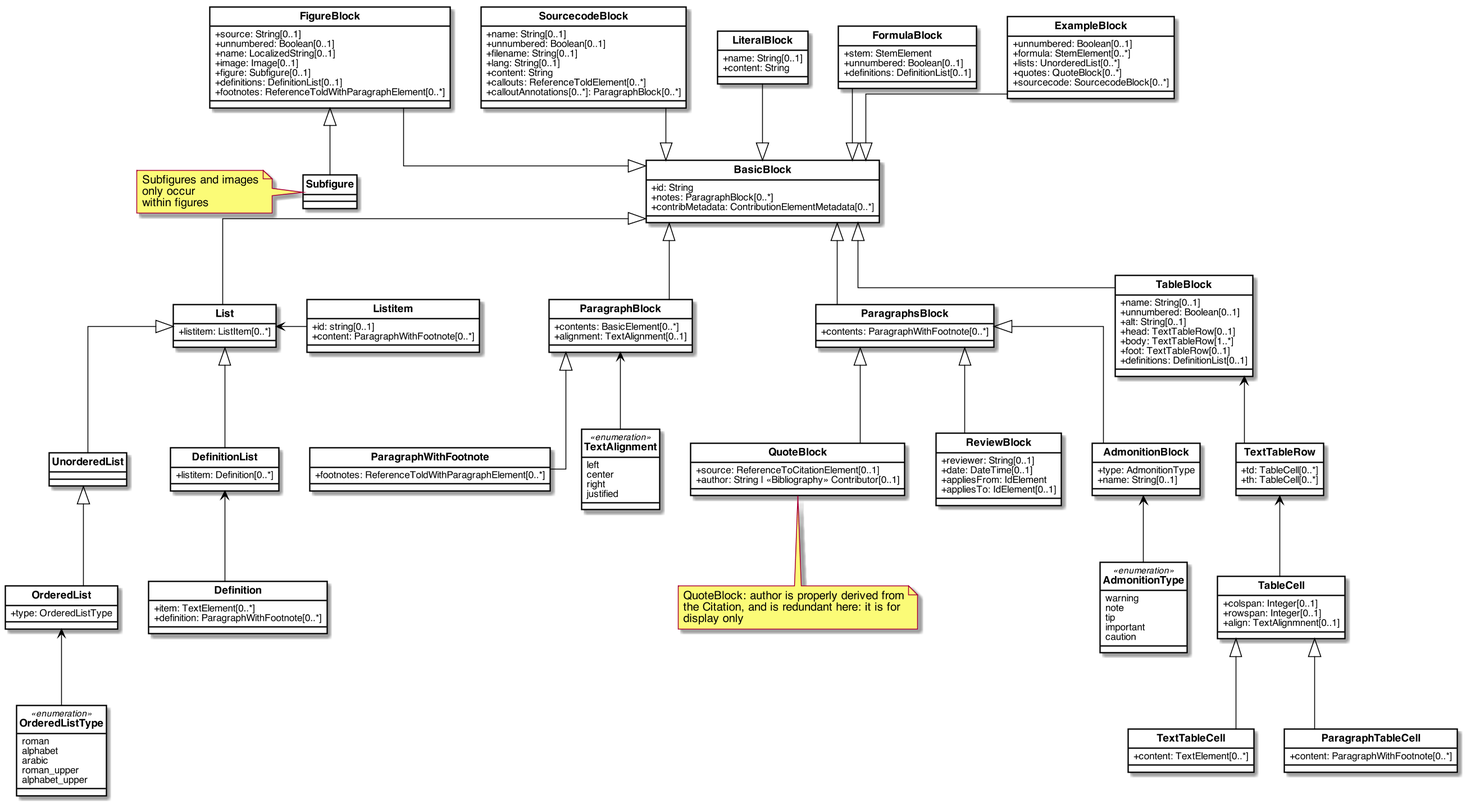
The PlantUML diagram images/Blocks.png in metanorma/basicdoc-models, before a commit. Source of this version:
```plantuml
@startuml Blocks


skinparam Dpi 150
skinparam Monochrome false
skinparam LineType ortho
hide circle
skinparam Default {
  TextAlignment center
  FontName Helvetica
}
skinparam Class {
  AttributeIconSize 0
  BackgroundColor White
  ArrowColor Black
  BorderColor Black
  FontStyle bold
  StereotypeFontSize 10
}
skinparam Rectangle {
  BackgroundColor White
  ArrowColor Black
  BorderColor Black
  FontStyle bold
  FontSize 11
  StereotypeFontSize 10
}
skinparam Object {
  BackgroundColor White
  ArrowColor Black
  BorderColor Black
  FontStyle bold
  FontSize 11
  StereotypeFontSize 10
}

skinparam Entity {
  StereotypeFontSize 10
}




class BasicBlock {
    +id: String
    +notes: ParagraphBlock[0..*]
    +contribMetadata: ContributionElementMetadata[0..*]
}

class FigureBlock{
    +source: String[0..1]
    +unnumbered: Boolean[0..1]
    +name: LocalizedString[0..1]
    +image: Image[0..1]
    +figure: Subfigure[0..1]
    +definitions: DefinitionList[0..1]
    +footnotes: ReferenceToldWithParagraphElement[0..*]
}

class Subfigure{

}

class SourcecodeBlock{
    +name: String[0..1]
    +unnumbered: Boolean[0..1]
    +filename: String[0..1]
    +lang: String[0..1]
    +content: String
    +callouts: ReferenceToldElement[0..*]
    +calloutAnnotations[0..*]: ParagraphBlock[0..*]
}

class LiteralBlock{
    +name: String[0..1]
    +content: String
}

class FormulaBlock{
    +stem: StemElement
    +unnumbered: Boolean[0..1]
    +definitions: DefinitionList[0..1]
}

class ExampleBlock{
    +unnumbered: Boolean[0..1]
    +formula: StemElement[0..*]
    +lists: UnorderedList[0..*]
    +quotes: QuoteBlock[0..*]
    +sourcecode: SourcecodeBlock[0..*]
}

class ParagraphBlock{
    +contents: BasicElement[0..*]
    +alignment: TextAlignment[0..1]
}

class ParagraphsBlock{
    +contents: ParagraphWithFootnote[0..*]
}

class ParagraphWithFootnote{
    +footnotes: ReferenceToldWithParagraphElement[0..*]
}

class QuoteBlock{
    +source: ReferenceToCitationElement[0..1]
    +author: String | <<Bibliography>> Contributor[0..1]
}

class TableBlock{
    +name: String[0..1]
    +unnumbered: Boolean[0..1]
    +alt: String[0..1]
    +head: TextTableRow[0..1]
    +body: TextTableRow[1..*]
    +foot: TextTableRow[0..1]
    +definitions: DefinitionList[0..1]
}

class ReviewBlock{
    +reviewer: String[0..1]
    +date: DateTime[0..1]
    +appliesFrom: IdElement
    +appliesTo: IdElement[0..1]
}

class AdmonitionBlock{
    +type: AdmonitionType
    +name: String[0..1]
}

class TextTableRow{
    +td: TableCell[0..*]
    +th: TableCell[0..*]
}

class TableCell{
    +colspan: Integer[0..1]
    +rowspan: Integer[0..1]
    +align: TextAlignmnent[0..1]
}

class TextTableCell{
    +content: TextElement[0..*]
}

class ParagraphTableCell{
    +content: ParagraphWithFootnote[0..*]
}

class List{
    +listitem: ListItem[0..*]
}

class Listitem{
    +id: string[0..1]
    +content: ParagraphWithFootnote[0..*]
}

class UnorderedList{

}

class OrderedList{
    +type: OrderedListType
}

class DefinitionList{
    +listitem: Definition[0..*]
}

class Definition{
    +item: TextElement[0..*]
    +definition: ParagraphWithFootnote[0..*]
}

enum TextAlignment <<enumeration>>{
    left
    center
    right
    justified
}

enum AdmonitionType <<enumeration>>{
    warning
    note
    tip
    important
    caution
}

enum OrderedListType <<enumeration>>{
    roman
    alphabet
    arabic
    roman_upper
    alphabet_upper
}


note bottom of QuoteBlock : QuoteBlock: author is properly derived from\nthe Citation, and is redundant here: it is for\ndisplay only
note left of Subfigure : Subfigures and images\nonly occur\nwithin figures

FigureBlock --|> BasicBlock
LiteralBlock --|> BasicBlock
SourcecodeBlock --|> BasicBlock
FormulaBlock --|> BasicBlock
ExampleBlock --|> BasicBlock

FigureBlock <|-- Subfigure

BasicBlock <|-- List
BasicBlock <|-- ParagraphBlock
BasicBlock <|-- TableBlock
BasicBlock <|-- ParagraphsBlock

List <-left- Listitem
List <|-- UnorderedList
List <|-- DefinitionList

DefinitionList <-- Definition

UnorderedList <|-- OrderedList

OrderedList <-- OrderedListType

ParagraphBlock <|-- ParagraphWithFootnote
ParagraphBlock <-- TextAlignment

ParagraphsBlock <|-- QuoteBlock
ParagraphsBlock <|-- ReviewBlock
ParagraphsBlock <|-- AdmonitionBlock

AdmonitionBlock <-- AdmonitionType

TableBlock <-- TextTableRow
TextTableRow <-- TableCell
TableCell <|-- TextTableCell
TableCell <|-- ParagraphTableCell

@enduml
```
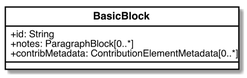
The same file after the commit.

Diff of the diagram source:
```diff
@@ -47,196 +47,6 @@
     +contribMetadata: ContributionElementMetadata[0..*]
 }
 
-class FigureBlock{
-    +source: String[0..1]
-    +unnumbered: Boolean[0..1]
-    +name: LocalizedString[0..1]
-    +image: Image[0..1]
-    +figure: Subfigure[0..1]
-    +definitions: DefinitionList[0..1]
-    +footnotes: ReferenceToldWithParagraphElement[0..*]
-}
-
-class Subfigure{
-
-}
-
-class SourcecodeBlock{
-    +name: String[0..1]
-    +unnumbered: Boolean[0..1]
-    +filename: String[0..1]
-    +lang: String[0..1]
-    +content: String
-    +callouts: ReferenceToldElement[0..*]
-    +calloutAnnotations[0..*]: ParagraphBlock[0..*]
-}
-
-class LiteralBlock{
-    +name: String[0..1]
-    +content: String
-}
-
-class FormulaBlock{
-    +stem: StemElement
-    +unnumbered: Boolean[0..1]
-    +definitions: DefinitionList[0..1]
-}
-
-class ExampleBlock{
-    +unnumbered: Boolean[0..1]
-    +formula: StemElement[0..*]
-    +lists: UnorderedList[0..*]
-    +quotes: QuoteBlock[0..*]
-    +sourcecode: SourcecodeBlock[0..*]
-}
-
-class ParagraphBlock{
-    +contents: BasicElement[0..*]
-    +alignment: TextAlignment[0..1]
-}
-
-class ParagraphsBlock{
-    +contents: ParagraphWithFootnote[0..*]
-}
-
-class ParagraphWithFootnote{
-    +footnotes: ReferenceToldWithParagraphElement[0..*]
-}
-
-class QuoteBlock{
-    +source: ReferenceToCitationElement[0..1]
-    +author: String | <<Bibliography>> Contributor[0..1]
-}
-
-class TableBlock{
-    +name: String[0..1]
-    +unnumbered: Boolean[0..1]
-    +alt: String[0..1]
-    +head: TextTableRow[0..1]
-    +body: TextTableRow[1..*]
-    +foot: TextTableRow[0..1]
-    +definitions: DefinitionList[0..1]
-}
-
-class ReviewBlock{
-    +reviewer: String[0..1]
-    +date: DateTime[0..1]
-    +appliesFrom: IdElement
-    +appliesTo: IdElement[0..1]
-}
-
-class AdmonitionBlock{
-    +type: AdmonitionType
-    +name: String[0..1]
-}
-
-class TextTableRow{
-    +td: TableCell[0..*]
-    +th: TableCell[0..*]
-}
-
-class TableCell{
-    +colspan: Integer[0..1]
-    +rowspan: Integer[0..1]
-    +align: TextAlignmnent[0..1]
-}
-
-class TextTableCell{
-    +content: TextElement[0..*]
-}
-
-class ParagraphTableCell{
-    +content: ParagraphWithFootnote[0..*]
-}
-
-class List{
-    +listitem: ListItem[0..*]
-}
-
-class Listitem{
-    +id: string[0..1]
-    +content: ParagraphWithFootnote[0..*]
-}
-
-class UnorderedList{
-
-}
-
-class OrderedList{
-    +type: OrderedListType
-}
-
-class DefinitionList{
-    +listitem: Definition[0..*]
-}
-
-class Definition{
-    +item: TextElement[0..*]
-    +definition: ParagraphWithFootnote[0..*]
-}
-
-enum TextAlignment <<enumeration>>{
-    left
-    center
-    right
-    justified
-}
-
-enum AdmonitionType <<enumeration>>{
-    warning
-    note
-    tip
-    important
-    caution
-}
-
-enum OrderedListType <<enumeration>>{
-    roman
-    alphabet
-    arabic
-    roman_upper
-    alphabet_upper
-}
 
 
-note bottom of QuoteBlock : QuoteBlock: author is properly derived from\nthe Citation, and is redundant here: it is for\ndisplay only
-note left of Subfigure : Subfigures and images\nonly occur\nwithin figures
-
-FigureBlock --|> BasicBlock
-LiteralBlock --|> BasicBlock
-SourcecodeBlock --|> BasicBlock
-FormulaBlock --|> BasicBlock
-ExampleBlock --|> BasicBlock
-
-FigureBlock <|-- Subfigure
-
-BasicBlock <|-- List
-BasicBlock <|-- ParagraphBlock
-BasicBlock <|-- TableBlock
-BasicBlock <|-- ParagraphsBlock
-
-List <-left- Listitem
-List <|-- UnorderedList
-List <|-- DefinitionList
-
-DefinitionList <-- Definition
-
-UnorderedList <|-- OrderedList
-
-OrderedList <-- OrderedListType
-
-ParagraphBlock <|-- ParagraphWithFootnote
-ParagraphBlock <-- TextAlignment
-
-ParagraphsBlock <|-- QuoteBlock
-ParagraphsBlock <|-- ReviewBlock
-ParagraphsBlock <|-- AdmonitionBlock
-
-AdmonitionBlock <-- AdmonitionType
-
-TableBlock <-- TextTableRow
-TextTableRow <-- TableCell
-TableCell <|-- TextTableCell
-TableCell <|-- ParagraphTableCell
-
 @enduml
```
